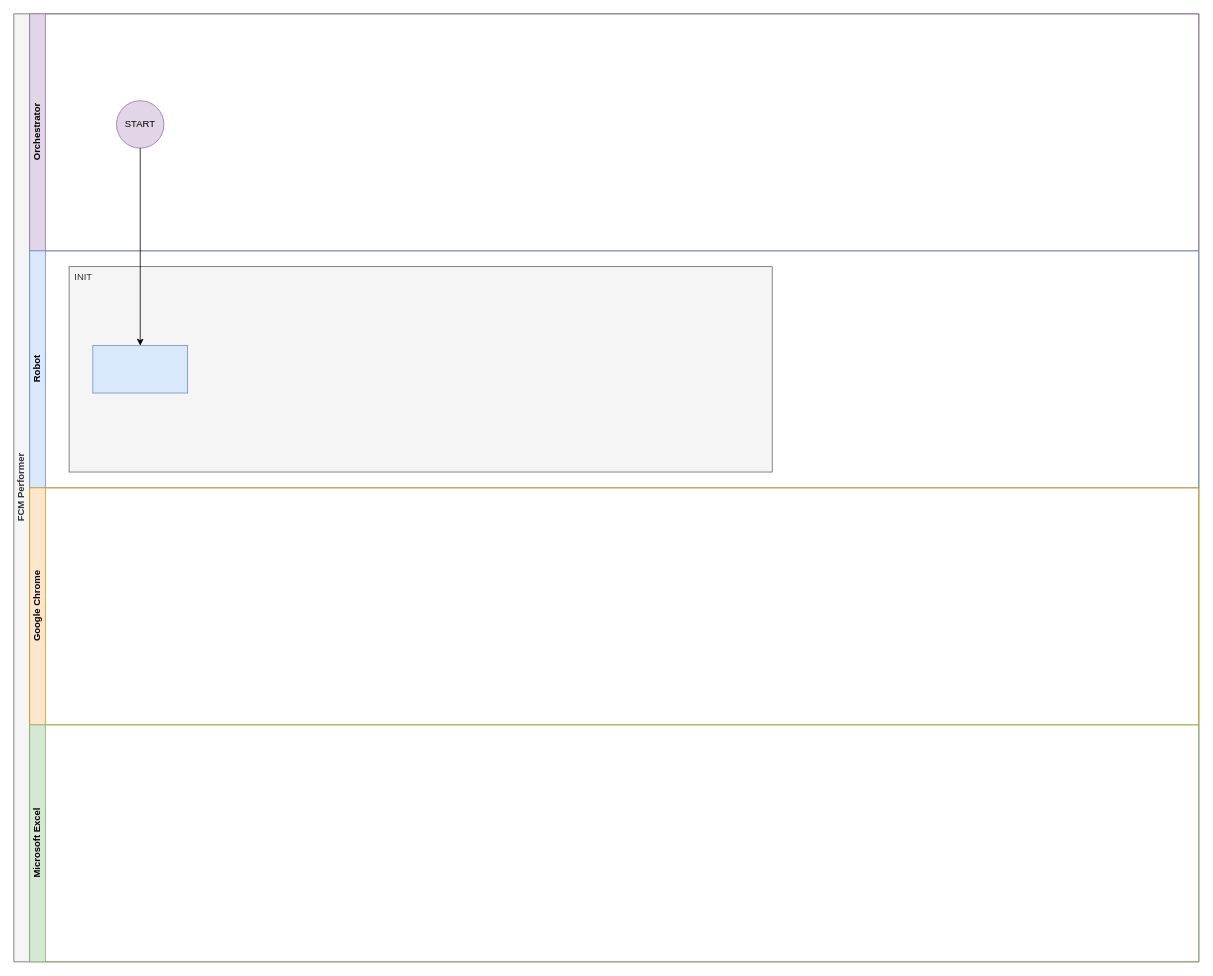
Before: page "REFramework" (1 of 3) of FCM Performer SDD.drawio in mattuptonFCTG/diagrams, a draw.io diagram. Source tidied: cells renumbered, new cells numbered last; positions are measured from the earlier drawing's top-left corner, leaving out a move shared by most shapes. Both pictures are drawn from the tidied source at 79%, with x=0, y=0 at pixel (13, 13).
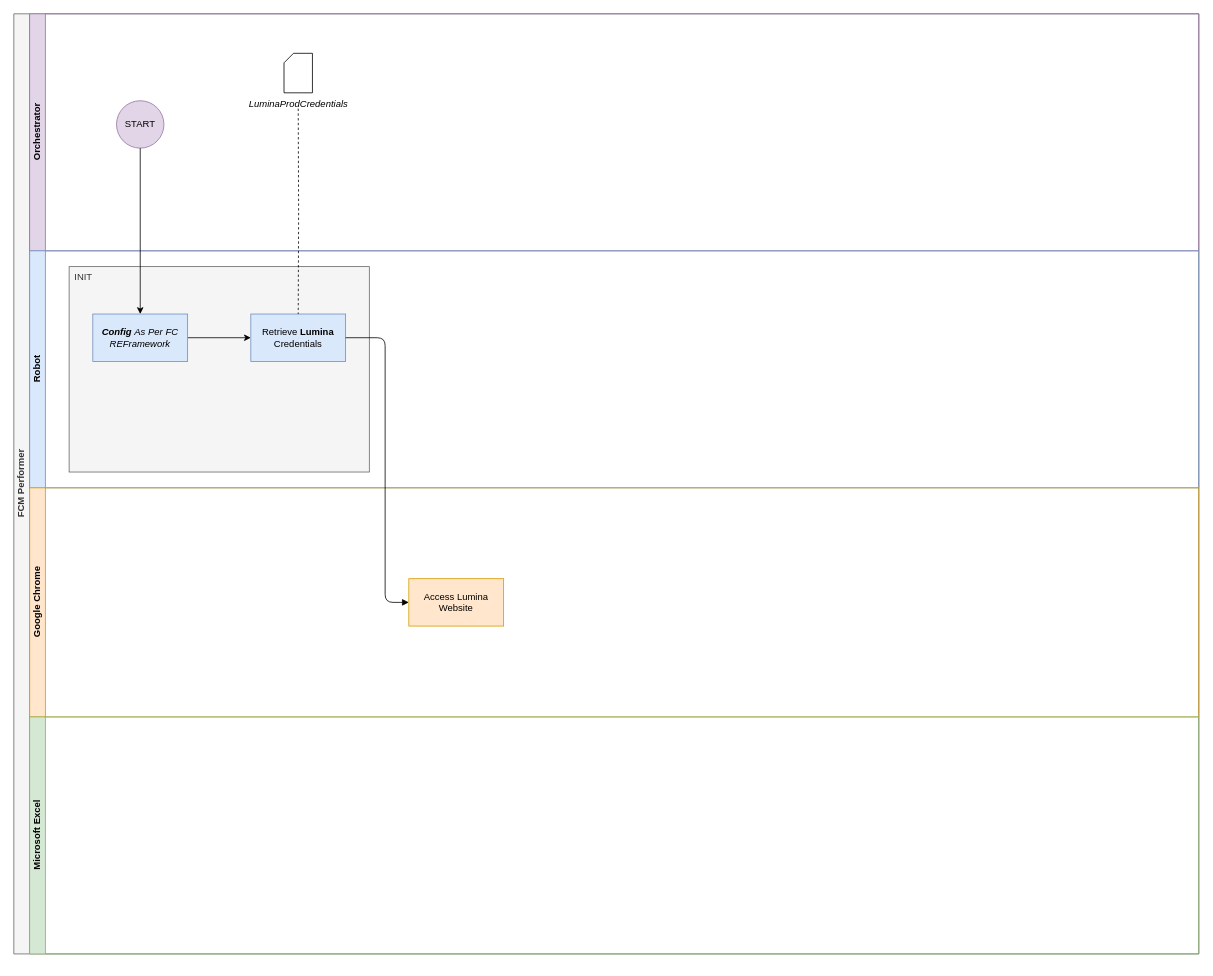
Above is the later version.

The change refers to these unchanged cells:
```xml
<mxCell id="3" value="Orchestrator" style="swimlane;html=1;startSize=20;horizontal=0;fillColor=#e1d5e7;strokeColor=#9673a6;" parent="2" vertex="1">
  <mxGeometry x="20" width="1480" height="300" as="geometry" />
</mxCell>
<mxCell id="5" value="Robot" style="swimlane;html=1;startSize=20;horizontal=0;fillColor=#dae8fc;strokeColor=#6c8ebf;" parent="2" vertex="1">
  <mxGeometry x="20" y="300" width="1480" height="300" as="geometry" />
</mxCell>
```

Change to the diagram source:
```diff
@@
     <mxCell id="2" value="FCM Performer" style="swimlane;html=1;horizontal=0;startSize=20;fillColor=#f5f5f5;strokeColor=#666666;fontColor=#333333;" parent="1" vertex="1">
-      <mxGeometry width="1500" height="1200" as="geometry" />
+      <mxGeometry width="1500" height="1190" as="geometry" />
     </mxCell>
@@
+    <mxCell id="11" style="shape=card;whiteSpace=wrap;html=1;size=12;" parent="3" vertex="1">
+      <mxGeometry x="322" y="50" width="36" height="50" as="geometry" />
+    </mxCell>
+    <mxCell id="12" value="&lt;i&gt;LuminaProdCredentials&lt;/i&gt;" style="text;html=1;align=center;verticalAlign=middle;strokeColor=none;fillColor=none;" parent="3" vertex="1">
+      <mxGeometry x="265" y="100" width="150" height="30" as="geometry" />
+    </mxCell>
@@
     <mxCell id="6" value="INIT" style="rounded=0;whiteSpace=wrap;html=1;fillColor=#f5f5f5;fontColor=#333333;strokeColor=#666666;align=left;verticalAlign=top;labelPosition=center;verticalLabelPosition=middle;spacingLeft=5;" parent="5" vertex="1">
-      <mxGeometry x="50" y="20" width="890" height="260" as="geometry" />
+      <mxGeometry x="50" y="20" width="380" height="260" as="geometry" />
     </mxCell>
+    <mxCell id="13" style="edgeStyle=orthogonalEdgeStyle;rounded=0;jettySize=auto;html=1;" parent="5" edge="1" source="7" target="14">
+      <mxGeometry relative="1" as="geometry" />
+    </mxCell>
-    <mxCell id="7" style="whiteSpace=wrap;html=1;fillColor=#dae8fc;strokeColor=#6c8ebf;" parent="5" vertex="1">
-      <mxGeometry x="80" y="120" width="120" height="60" as="geometry" />
+    <mxCell id="7" value="&lt;i&gt;&lt;b&gt;Config&lt;/b&gt;&amp;nbsp;As Per FC REFramework&lt;/i&gt;" style="whiteSpace=wrap;html=1;fillColor=#dae8fc;strokeColor=#6c8ebf;" parent="5" vertex="1">
+      <mxGeometry x="80" y="80" width="120" height="60" as="geometry" />
     </mxCell>
+    <mxCell id="14" value="Retrieve &lt;b&gt;Lumina &lt;/b&gt;Credentials" style="whiteSpace=wrap;html=1;fillColor=#dae8fc;strokeColor=#6c8ebf;" parent="5" vertex="1">
+      <mxGeometry x="280" y="80" width="120" height="60" as="geometry" />
+    </mxCell>
     <mxCell id="8" value="Google Chrome" style="swimlane;html=1;startSize=20;horizontal=0;fillColor=#ffe6cc;strokeColor=#d79b00;" parent="2" vertex="1">
-      <mxGeometry x="20" y="600" width="1480" height="300" as="geometry" />
+      <mxGeometry x="20" y="600" width="1480" height="290" as="geometry" />
     </mxCell>
+    <mxCell id="15" value="Access Lumina Website" style="whiteSpace=wrap;html=1;fillColor=#ffe6cc;strokeColor=#d79b00;" parent="8" vertex="1">
+      <mxGeometry x="480" y="115" width="120" height="60" as="geometry" />
+    </mxCell>
     <mxCell id="9" value="Microsoft Excel" style="swimlane;html=1;startSize=20;horizontal=0;fillColor=#d5e8d4;strokeColor=#82b366;" parent="2" vertex="1">
-      <mxGeometry x="20" y="900" width="1480" height="300" as="geometry" />
+      <mxGeometry x="20" y="890" width="1480" height="300" as="geometry" />
     </mxCell>
@@
+    <mxCell id="16" style="edgeStyle=orthogonalEdgeStyle;rounded=0;jettySize=auto;html=1;dashed=1;endArrow=none;endFill=0;" parent="2" edge="1" target="14">
+      <mxGeometry relative="1" as="geometry">
+        <mxPoint x="360" y="120" as="sourcePoint" />
+      </mxGeometry>
+    </mxCell>
+    <mxCell id="17" style="edgeStyle=orthogonalEdgeStyle;rounded=1;jettySize=auto;html=1;endArrow=block;endFill=1;entryX=0;entryY=0.5;entryDx=0;entryDy=0;" parent="2" edge="1" source="14" target="15">
+      <mxGeometry relative="1" as="geometry">
+        <Array as="points">
+          <mxPoint x="470" y="410" />
+          <mxPoint x="470" y="745" />
+        </Array>
+      </mxGeometry>
+    </mxCell>
```
